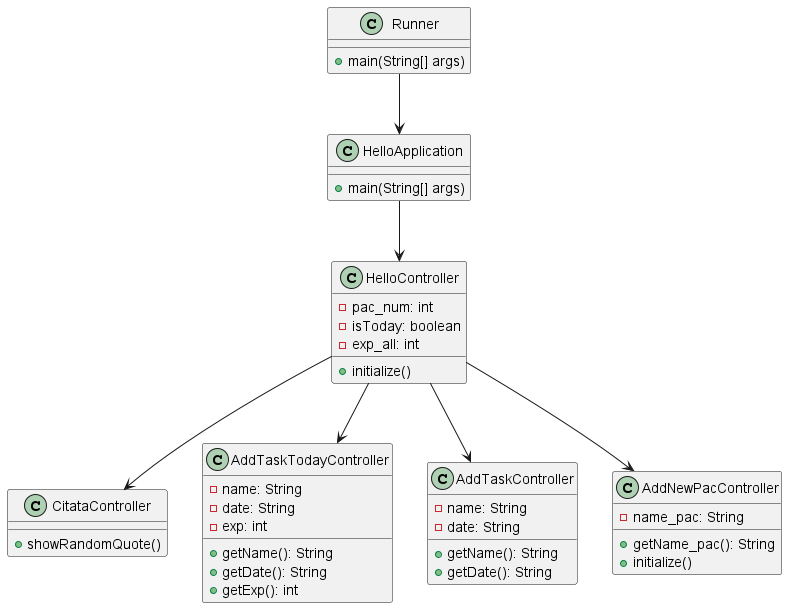
This is out/cl1.png from Asolvich/AchiveTODO, a PlantUML export, as it was before one commit. Source of this version:
```plantuml
@startuml

class HelloApplication {
    + main(String[] args)
}

class HelloController {
    - pac_num: int
    - isToday: boolean
    - exp_all: int
    + initialize()
}

class CitataController {
    + showRandomQuote()
}

class AddTaskTodayController {
    - name: String
    - date: String
    - exp: int
    + getName(): String
    + getDate(): String
    + getExp(): int
}

class AddTaskController {
    - name: String
    - date: String
    + getName(): String
    + getDate(): String
}

class AddNewPacController {
    - name_pac: String
    + getName_pac(): String
    + initialize()
}

class Runner {
    + main(String[] args)
}

HelloApplication --> HelloController
HelloController --> AddNewPacController
HelloController --> AddTaskTodayController
HelloController --> AddTaskController
HelloController --> CitataController
Runner --> HelloApplication

@enduml
```
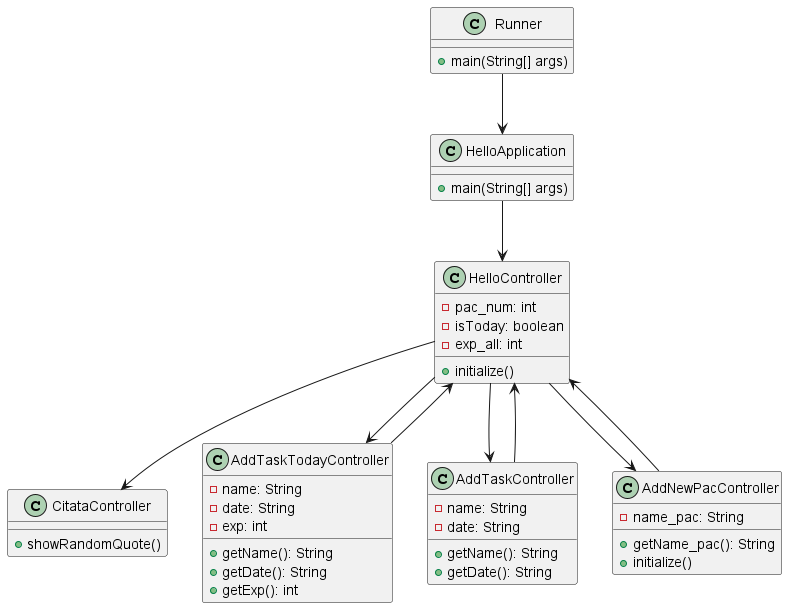
Above is the later version.

Diff of the diagram source:
```diff
@@ -47,5 +47,7 @@
 HelloController --> AddTaskController
 HelloController --> CitataController
 Runner --> HelloApplication
-
+AddNewPacController --> HelloController
+AddTaskController --> HelloController
+AddTaskTodayController --> HelloController
 @enduml
```
